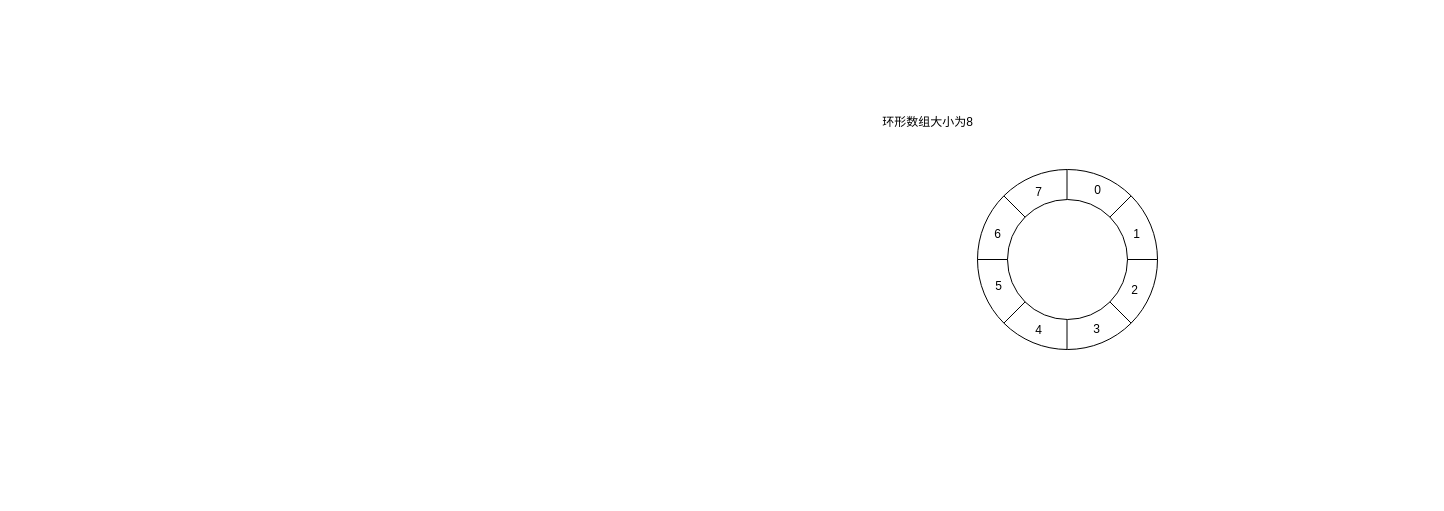
hlcgithub/draw keeps this draw.io diagram as HashWheelTimer时间轮.drawio. Above is the earlier version. Source tidied: cells renumbered, new cells numbered last; positions are measured from the earlier drawing's top-left corner, leaving out a move shared by most shapes. Both pictures are drawn from the tidied source at 100%, with x=0, y=0 at pixel (872, 107).
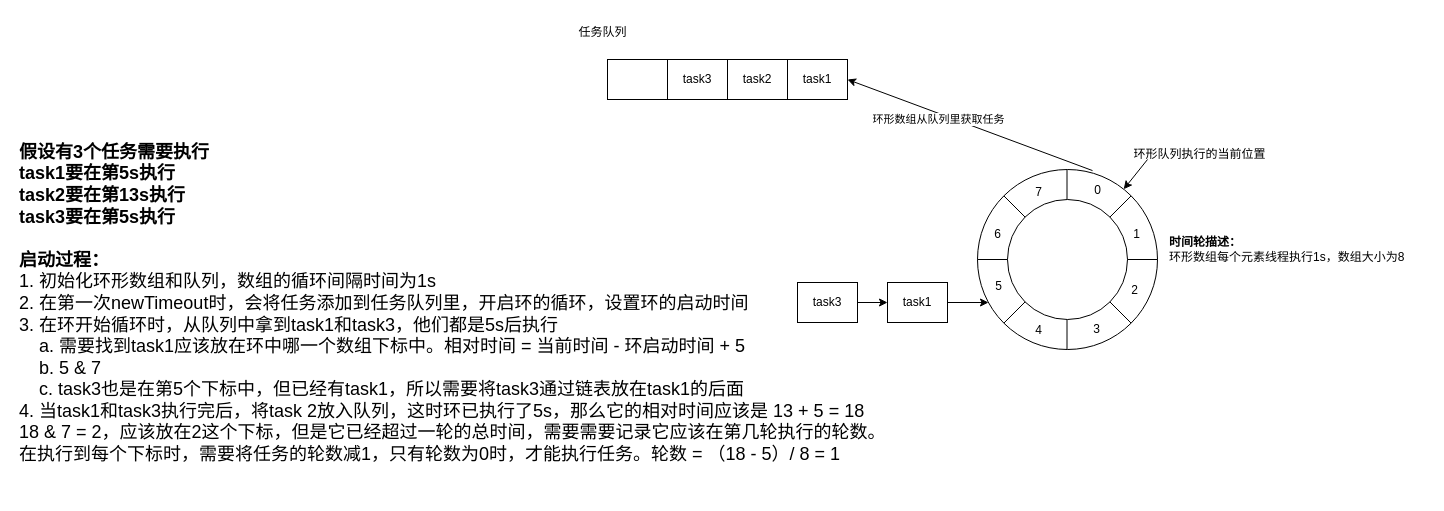
The same page after the edit.

Unchanged cells that the change refers to:
```xml
<mxCell id="2" style="ellipse;whiteSpace=wrap;html=1;" parent="1" vertex="1">
  <mxGeometry x="105" y="62" width="180" height="180" as="geometry" />
</mxCell>
```

The edit, as a diff of the source:
```diff
@@
-    <mxCell id="6" value="环形数组大小为8" style="text;html=1;align=center;verticalAlign=middle;strokeColor=none;fillColor=none;" parent="1" vertex="1">
-      <mxGeometry width="110" height="30" as="geometry" />
-    </mxCell>
@@
+    <mxCell id="21" value="task1" style="rounded=0;whiteSpace=wrap;html=1;" parent="1" vertex="1">
+      <mxGeometry x="-85" y="-48" width="60" height="40" as="geometry" />
+    </mxCell>
+    <mxCell id="22" value="任务队列" style="text;html=1;align=center;verticalAlign=middle;strokeColor=none;fillColor=none;" parent="1" vertex="1">
+      <mxGeometry x="-305" y="-90" width="70" height="30" as="geometry" />
+    </mxCell>
+    <mxCell id="23" value="task2" style="rounded=0;whiteSpace=wrap;html=1;" parent="1" vertex="1">
+      <mxGeometry x="-145" y="-48" width="60" height="40" as="geometry" />
+    </mxCell>
+    <mxCell id="24" value="task3" style="rounded=0;whiteSpace=wrap;html=1;" parent="1" vertex="1">
+      <mxGeometry x="-205" y="-48" width="60" height="40" as="geometry" />
+    </mxCell>
+    <mxCell id="25" style="rounded=0;whiteSpace=wrap;html=1;" parent="1" vertex="1">
+      <mxGeometry x="-265" y="-48" width="60" height="40" as="geometry" />
+    </mxCell>
+    <mxCell id="26" style="endArrow=classic;html=1;rounded=0;entryX=1;entryY=0.5;entryDx=0;entryDy=0;exitX=0.639;exitY=0.006;exitDx=0;exitDy=0;exitPerimeter=0;" parent="1" edge="1" source="2" target="21">
+      <mxGeometry relative="1" as="geometry" />
+    </mxCell>
+    <mxCell id="27" value="环形数组从队列里获取任务" style="edgeLabel;html=1;align=center;verticalAlign=middle;" parent="26" vertex="1">
+      <mxGeometry x="0.51" y="-2" relative="1" as="geometry">
+        <mxPoint x="29" y="19" as="offset" />
+      </mxGeometry>
+    </mxCell>
+    <mxCell id="28" value="&lt;div&gt;&lt;b&gt;&lt;font style=&quot;font-size: 18px;&quot;&gt;假设有3个任务需要执行&lt;/font&gt;&lt;/b&gt;&lt;/div&gt;&lt;div&gt;&lt;b&gt;&lt;font style=&quot;font-size: 18px;&quot;&gt;task1要在第5s执行&lt;/font&gt;&lt;/b&gt;&lt;/div&gt;&lt;div&gt;&lt;b&gt;&lt;font style=&quot;font-size: 18px;&quot;&gt;task2要在第13s执行&lt;/font&gt;&lt;/b&gt;&lt;/div&gt;&lt;div&gt;&lt;b&gt;&lt;font style=&quot;font-size: 18px;&quot;&gt;task3要在第5s执行&lt;/font&gt;&lt;/b&gt;&lt;/div&gt;&lt;div&gt;&lt;b&gt;&lt;font style=&quot;font-size: 18px;&quot;&gt;&lt;br&gt;&lt;/font&gt;&lt;/b&gt;&lt;/div&gt;&lt;b&gt;&lt;font style=&quot;font-size: 18px;&quot;&gt;启动过程：&lt;/font&gt;&lt;/b&gt;&lt;div&gt;&lt;font style=&quot;font-size: 18px;&quot;&gt;1. 初始化环形数组和队列，数组的循环间隔时间为1s&lt;/font&gt;&lt;/div&gt;&lt;div&gt;&lt;font style=&quot;font-size: 18px;&quot;&gt;2. 在第一次newTimeout时，会将任务添加到任务队列里，开启环的循环，设置环的启动时间&lt;/font&gt;&lt;/div&gt;&lt;div&gt;&lt;font style=&quot;font-size: 18px;&quot;&gt;3. 在环开始循环时，从队列中拿到task1和task3，他们都是5s后执行&lt;/font&gt;&lt;/div&gt;&lt;div&gt;&lt;font style=&quot;font-size: 18px;&quot;&gt;&amp;nbsp; &amp;nbsp; a. 需要找到task1应该放在环中哪一个数组下标中。相对时间 = 当前时间 - 环启动时间 + 5&lt;/font&gt;&lt;/div&gt;&lt;div&gt;&lt;font style=&quot;font-size: 18px;&quot;&gt;&amp;nbsp; &amp;nbsp; b. 5 &amp;amp; 7&lt;/font&gt;&lt;/div&gt;&lt;div&gt;&lt;font style=&quot;font-size: 18px;&quot;&gt;&amp;nbsp; &amp;nbsp; c. task3也是在第5个下标中，但已经有task1，所以需要将task3通过链表放在task1的后面&lt;/font&gt;&lt;/div&gt;&lt;div&gt;&lt;font style=&quot;font-size: 18px;&quot;&gt;4. 当task1和task3执行完后，将task 2放入队列，这时环已执行了5s，那么它的相对时间应该是 13 + 5 = 18&lt;/font&gt;&lt;/div&gt;&lt;div&gt;&lt;font style=&quot;font-size: 18px;&quot;&gt;18 &amp;amp; 7 = 2，应该放在2这个下标，但是它已经超过一轮的总时间，需要需要记录它应该在第几轮执行的轮数。&lt;/font&gt;&lt;/div&gt;&lt;div&gt;&lt;font style=&quot;font-size: 18px;&quot;&gt;在执行到每个下标时，需要将任务的轮数减1，只有轮数为0时，才能执行任务。轮数 = （18 - 5）/ 8 = 1&lt;/font&gt;&lt;/div&gt;&lt;div&gt;&lt;font style=&quot;font-size: 18px;&quot;&gt;&lt;br&gt;&lt;/font&gt;&lt;/div&gt;" style="text;html=1;align=left;verticalAlign=middle;strokeColor=none;fillColor=none;" parent="1" vertex="1">
+      <mxGeometry x="-855" y="27" width="890" height="360" as="geometry" />
+    </mxCell>
+    <mxCell id="29" value="&lt;b&gt;时间轮描述：&lt;/b&gt;&lt;div&gt;环形数组每个元素线程执行1s，数组大小为8&lt;/div&gt;" style="text;html=1;align=left;verticalAlign=middle;strokeColor=none;fillColor=none;" parent="1" vertex="1">
+      <mxGeometry x="295" y="122" width="260" height="40" as="geometry" />
+    </mxCell>
+    <mxCell id="30" style="endArrow=classic;html=1;rounded=0;" parent="1" edge="1" target="2">
+      <mxGeometry relative="1" as="geometry">
+        <mxPoint x="275" y="52" as="sourcePoint" />
+      </mxGeometry>
+    </mxCell>
+    <mxCell id="31" value="环形队列执行的当前位置" style="text;html=1;align=center;verticalAlign=middle;strokeColor=none;fillColor=none;" parent="1" vertex="1">
+      <mxGeometry x="247" y="32" width="160" height="30" as="geometry" />
+    </mxCell>
+    <mxCell id="32" value="task1" style="rounded=0;whiteSpace=wrap;html=1;" parent="1" vertex="1">
+      <mxGeometry x="15" y="175" width="60" height="40" as="geometry" />
+    </mxCell>
+    <mxCell id="33" style="edgeStyle=orthogonalEdgeStyle;rounded=0;jettySize=auto;html=1;entryX=0.061;entryY=0.739;entryDx=0;entryDy=0;entryPerimeter=0;" parent="1" edge="1" source="32" target="2">
+      <mxGeometry relative="1" as="geometry" />
+    </mxCell>
+    <mxCell id="34" style="edgeStyle=orthogonalEdgeStyle;rounded=0;jettySize=auto;html=1;entryX=0;entryY=0.5;entryDx=0;entryDy=0;" parent="1" edge="1" source="35" target="32">
+      <mxGeometry relative="1" as="geometry" />
+    </mxCell>
+    <mxCell id="35" value="task3" style="rounded=0;whiteSpace=wrap;html=1;" parent="1" vertex="1">
+      <mxGeometry x="-75" y="175" width="60" height="40" as="geometry" />
+    </mxCell>
```
